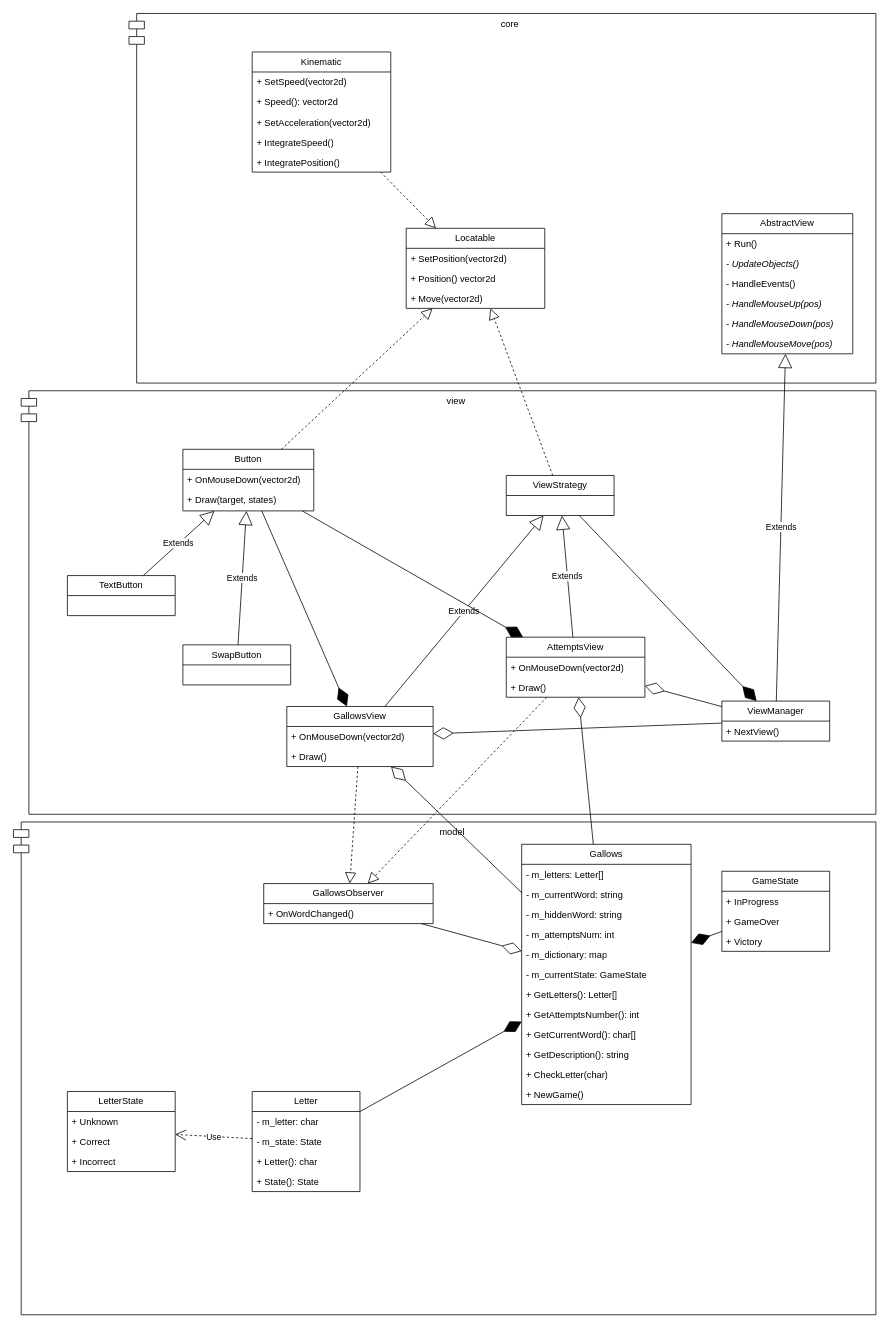
The draw.io diagram labs/lab1/gallows/gallows.drawio in Depiflaks/CG, before the edit. Source tidied: cells renumbered, new cells numbered last; positions are measured from the earlier drawing's top-left corner, leaving out a move shared by most shapes. Both pictures are drawn from the tidied source at 77%, with x=0, y=0 at pixel (13, 13).
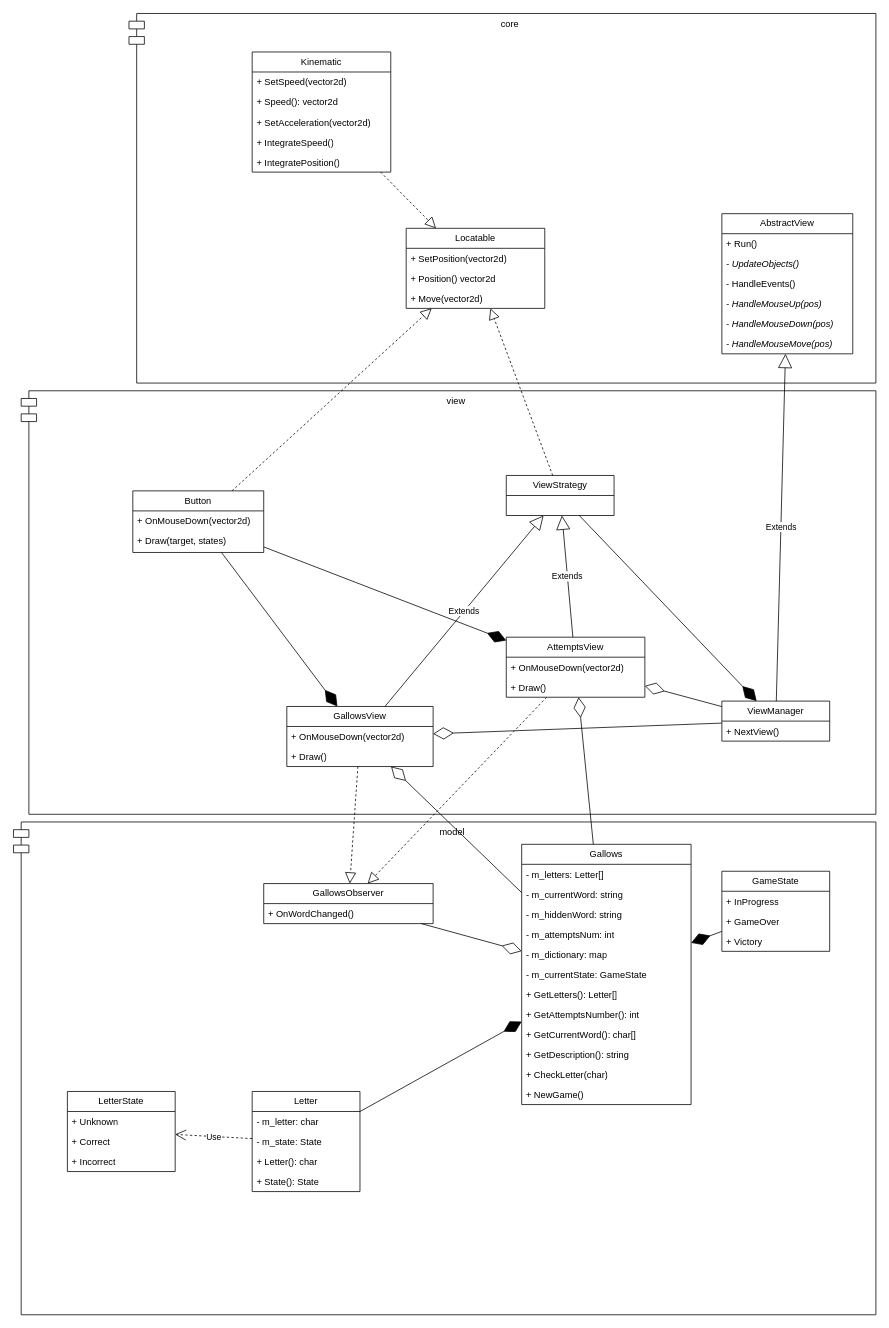
The same diagram, later.

Diff of the diagram source:
```diff
@@
-    <mxCell id="70" value="TextButton" style="swimlane;fontStyle=0;horizontal=1;startSize=26;fillColor=none;whiteSpace=wrap;html=1;" parent="1" vertex="1">
-      <mxGeometry x="70" y="730" width="140" height="52" as="geometry" />
-    </mxCell>
     <mxCell id="71" value="Button" style="swimlane;fontStyle=0;horizontal=1;startSize=26;fillColor=none;whiteSpace=wrap;html=1;" parent="1" vertex="1">
-      <mxGeometry x="220" y="566" width="170" height="80" as="geometry" />
+      <mxGeometry x="155" y="620" width="170" height="80" as="geometry" />
     </mxCell>
@@
-    <mxCell id="74" value="SwapButton" style="swimlane;fontStyle=0;horizontal=1;startSize=26;whiteSpace=wrap;html=1;" parent="1" vertex="1">
-      <mxGeometry x="220" y="820" width="140" height="52" as="geometry" />
-    </mxCell>
-    <mxCell id="75" value="Extends" style="endArrow=block;endSize=16;endFill=0;html=1;rounded=0;" parent="1" edge="1" source="74" target="71">
-      <mxGeometry relative="1" as="geometry" />
-    </mxCell>
-    <mxCell id="76" value="Extends" style="endArrow=block;endSize=16;endFill=0;html=1;rounded=0;" parent="1" edge="1" source="70" target="71">
-      <mxGeometry relative="1" as="geometry" />
-    </mxCell>
```
